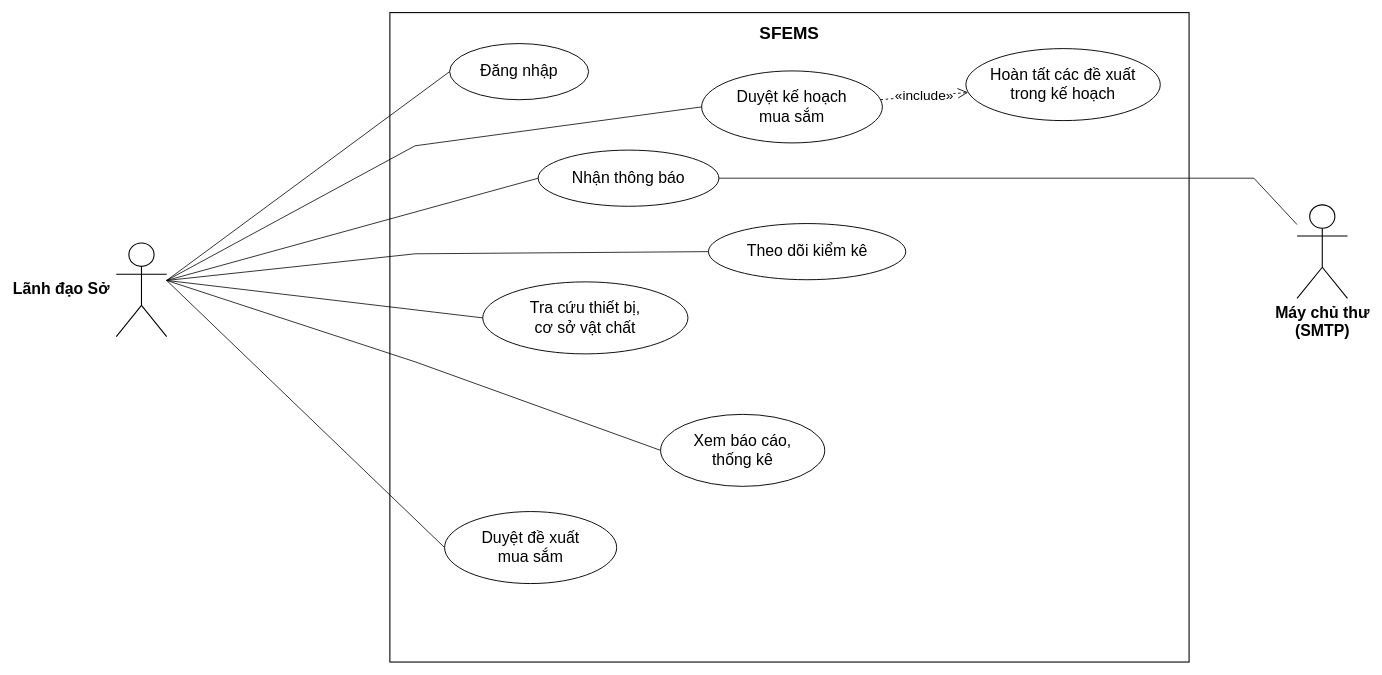
LuuDong2004/SEP490_G123_SFEMS keeps this draw.io diagram as docs/VN/diagram/Report 3/05 Use case/03 Lanh dao So.drawio. Above is the earlier version. Source tidied: cells renumbered, new cells numbered last; positions are measured from the earlier drawing's top-left corner, leaving out a move shared by most shapes. Both pictures are drawn from the tidied source at 72%, with x=0, y=0 at pixel (116, 12).
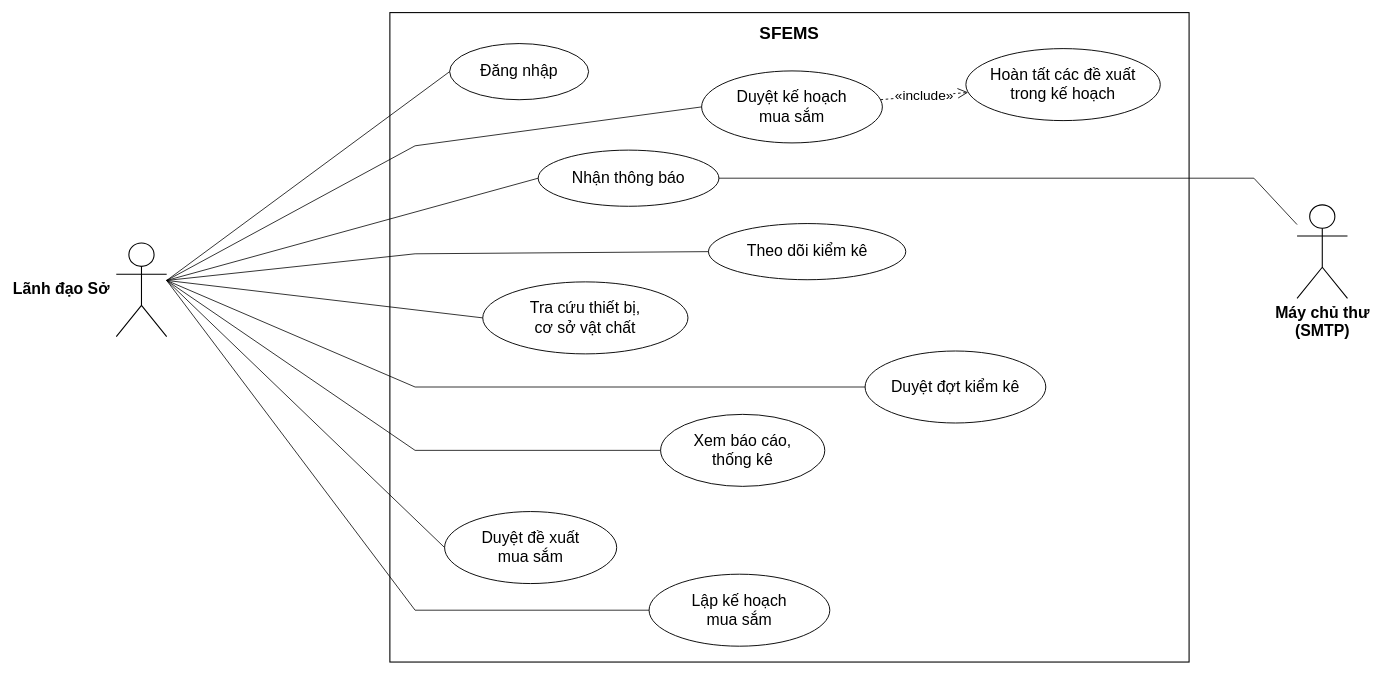
After the change.

Unchanged cells that the change refers to:
```xml
<mxCell id="3" value="Lãnh đạo Sở" style="shape=umlActor;labelPosition=left;align=right;verticalLabelPosition=middle;verticalAlign=middle;spacingRight=8;html=1;outlineConnect=0;fontSize=22;fontStyle=1;fontFamily=Arial;strokeWidth=1.5;" parent="1" vertex="1">
  <mxGeometry y="320" width="70" height="130" as="geometry" />
</mxCell>
<mxCell id="16" value="Xem báo cáo,&lt;br&gt;thống kê" style="ellipse;whiteSpace=wrap;html=1;fillColor=#FFFFFF;strokeColor=#000000;strokeWidth=1.3;fontSize=22;fontFamily=Arial;" parent="1" vertex="1">
  <mxGeometry x="756" y="558" width="228" height="100" as="geometry" />
</mxCell>
```

The edit, as a diff of the source:
```diff
@@
     <mxCell id="17" style="endArrow=none;html=1;rounded=0;strokeWidth=1.1;strokeColor=#000000;exitX=1;exitY=0.4;exitDx=0;exitDy=0;entryX=0;entryY=0.5;entryDx=0;entryDy=0;" parent="1" edge="1" source="3" target="16">
       <mxGeometry relative="1" as="geometry">
         <Array as="points">
-          <mxPoint x="415" y="485" />
+          <mxPoint x="415" y="608" />
         </Array>
       </mxGeometry>
     </mxCell>
@@
+    <mxCell id="22" value="Lập kế hoạch&lt;br&gt;mua sắm" style="ellipse;whiteSpace=wrap;html=1;fillColor=#FFFFFF;strokeColor=#000000;strokeWidth=1.3;fontSize=22;fontFamily=Arial;" parent="1" vertex="1">
+      <mxGeometry x="740" y="780" width="251" height="100" as="geometry" />
+    </mxCell>
+    <mxCell id="23" style="endArrow=none;html=1;rounded=0;strokeWidth=1.1;strokeColor=#000000;exitX=1;exitY=0.4;exitDx=0;exitDy=0;entryX=0;entryY=0.5;entryDx=0;entryDy=0;" parent="1" edge="1" source="3" target="22">
+      <mxGeometry relative="1" as="geometry">
+        <Array as="points">
+          <mxPoint x="415" y="830" />
+        </Array>
+      </mxGeometry>
+    </mxCell>
+    <mxCell id="24" value="Duyệt đợt kiểm kê" style="ellipse;whiteSpace=wrap;html=1;fillColor=#FFFFFF;strokeColor=#000000;strokeWidth=1.3;fontSize=22;fontFamily=Arial;" parent="1" vertex="1">
+      <mxGeometry x="1040" y="470" width="251" height="100" as="geometry" />
+    </mxCell>
+    <mxCell id="25" style="endArrow=none;html=1;rounded=0;strokeWidth=1.1;strokeColor=#000000;exitX=1;exitY=0.4;exitDx=0;exitDy=0;entryX=0;entryY=0.5;entryDx=0;entryDy=0;" parent="1" edge="1" source="3" target="24">
+      <mxGeometry relative="1" as="geometry">
+        <Array as="points">
+          <mxPoint x="415" y="520" />
+        </Array>
+      </mxGeometry>
+    </mxCell>
```
